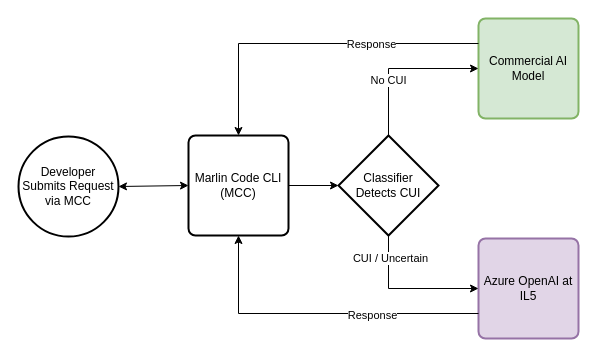
MacG70/Marlin_Code_CLI keeps this draw.io diagram as Diagrams/MCC_Routing_Architecture.drawio. Above is the earlier version. Source tidied: cells renumbered, new cells numbered last; positions are measured from the earlier drawing's top-left corner, leaving out a move shared by most shapes. Both pictures are drawn from the tidied source at 100%, with x=0, y=0 at pixel (18, 18).
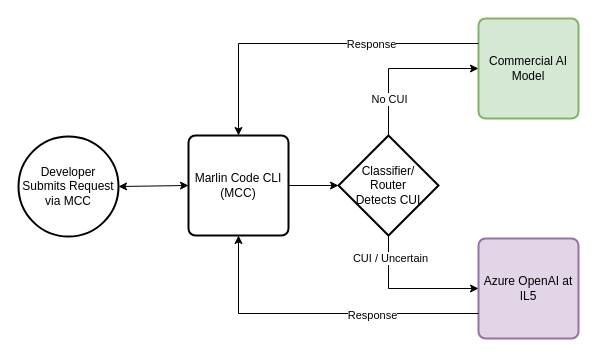
The same diagram, later.

The change refers to these unchanged cells:
```xml
<mxCell id="10" style="endArrow=classic;html=1;rounded=0;exitX=0.5;exitY=0;exitDx=0;exitDy=0;exitPerimeter=0;entryX=0;entryY=0.5;entryDx=0;entryDy=0;" parent="1" edge="1" source="5" target="4">
  <mxGeometry relative="1" as="geometry">
    <Array as="points">
      <mxPoint x="370" y="50" />
    </Array>
  </mxGeometry>
</mxCell>
```

The edit, as a diff of the source:
```diff
@@
-    <mxCell id="5" value="Classifier&lt;div&gt;Detects CUI&lt;/div&gt;" style="strokeWidth=2;html=1;shape=mxgraph.flowchart.decision;whiteSpace=wrap;" parent="1" vertex="1">
+    <mxCell id="5" value="Classifier/&lt;br&gt;Router&lt;div&gt;Detects CUI&lt;/div&gt;" style="strokeWidth=2;html=1;shape=mxgraph.flowchart.decision;whiteSpace=wrap;" parent="1" vertex="1">
       <mxGeometry x="320" y="117" width="100" height="100" as="geometry" />
     </mxCell>
@@
     <mxCell id="11" value="No CUI" style="edgeLabel;html=1;align=center;verticalAlign=middle;" parent="10" vertex="1">
-      <mxGeometry x="-0.29" y="1" relative="1" as="geometry" />
+      <mxGeometry x="-0.29" y="1" relative="1" as="geometry">
+        <mxPoint x="1" y="19" as="offset" />
+      </mxGeometry>
     </mxCell>
```
